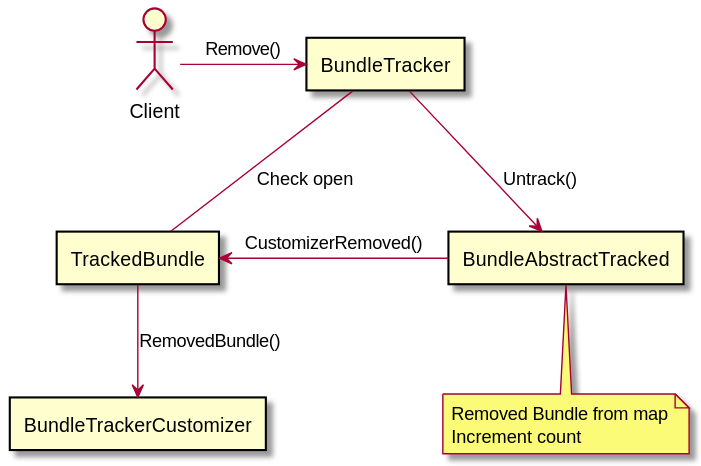
Earlier version of the PlantUML export text/0009-BundleTracker-integration/manrembundle_diagram.svg (CppMicroServices/rfcs). Source of this version:
```plantuml
@startuml manrembundle_diagram
:Client: as Client

rectangle "BundleTracker" as BT
rectangle "TrackedBundle" as TB
rectangle "BundleAbstractTracked" as BAT
rectangle "BundleTrackerCustomizer" as BTC

Client -> BT : Remove()
BT -d- TB : Check open
BT -> BAT : Untrack()
TB <- BAT : CustomizerRemoved()
TB -d-> BTC : RemovedBundle()

note bottom of BAT : Removed Bundle from map\nIncrement count


@enduml
```
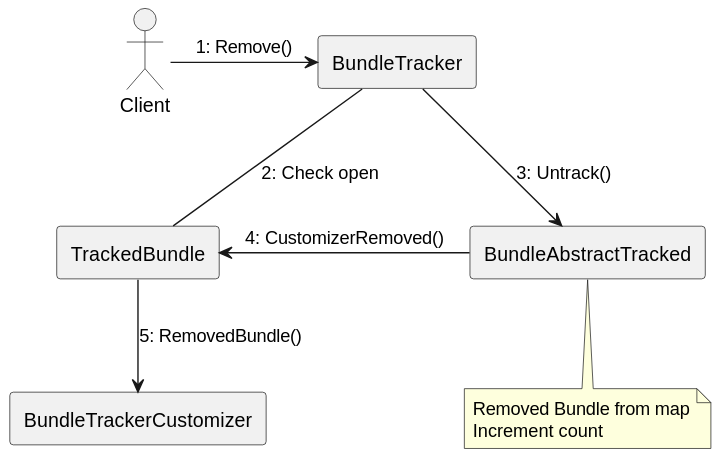
The same file after the commit.

What changed in the source:
```diff
@@ -6,11 +6,11 @@
 rectangle "BundleAbstractTracked" as BAT
 rectangle "BundleTrackerCustomizer" as BTC
 
-Client -> BT : Remove()
-BT -d- TB : Check open
-BT -> BAT : Untrack()
-TB <- BAT : CustomizerRemoved()
-TB -d-> BTC : RemovedBundle()
+Client -> BT : 1: Remove()
+BT -d- TB : 2: Check open
+BT -> BAT : 3: Untrack()
+TB <- BAT : 4: CustomizerRemoved()
+TB -d-> BTC : 5: RemovedBundle()
 
 note bottom of BAT : Removed Bundle from map\nIncrement count
 
```
